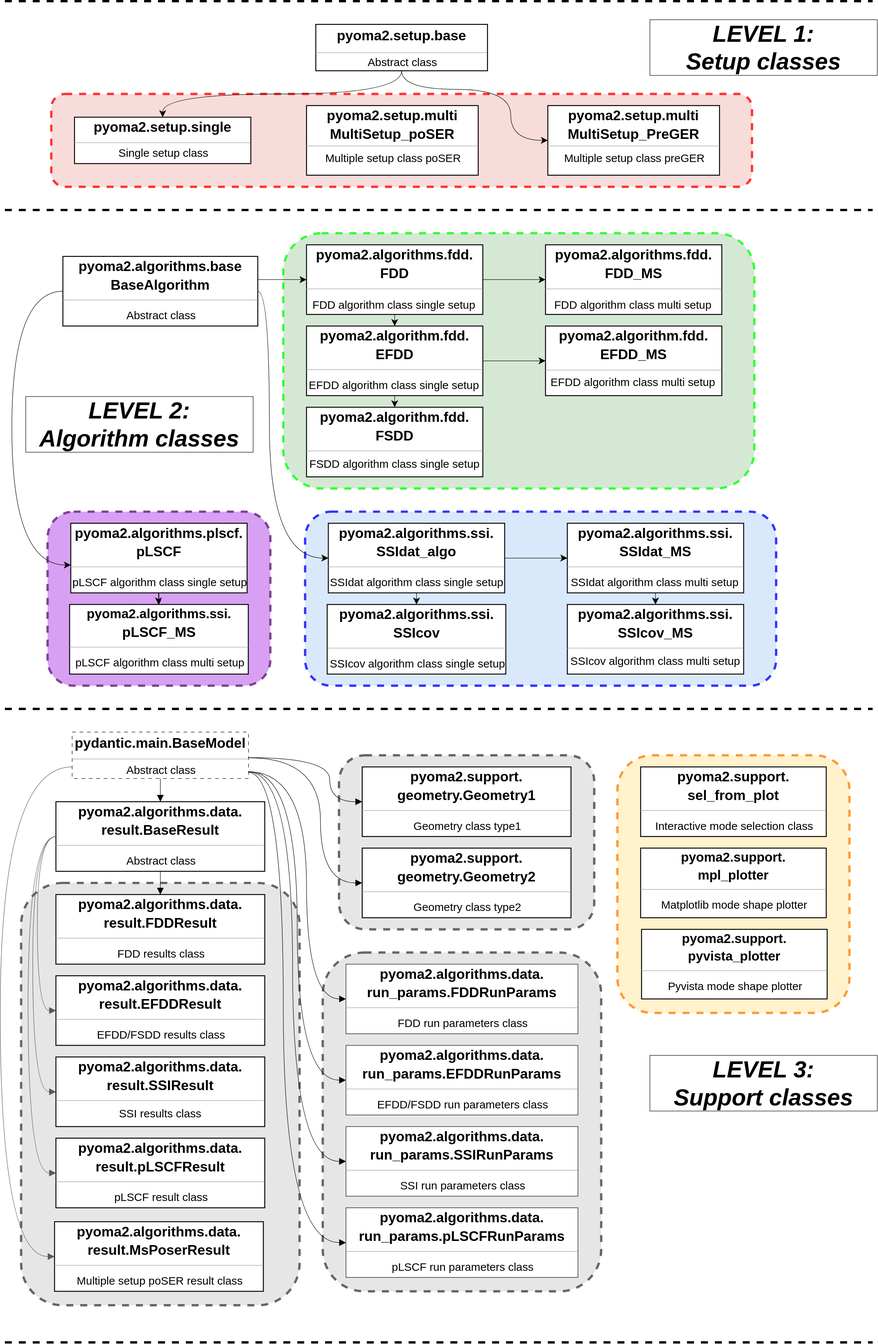
dagghe/pyOMA2 keeps this draw.io diagram as docs/img/info.svg. Above is the earlier version. Source tidied: cells renumbered, new cells last; positions are measured from the earlier drawing's top-left corner, leaving out a move shared by most shapes.
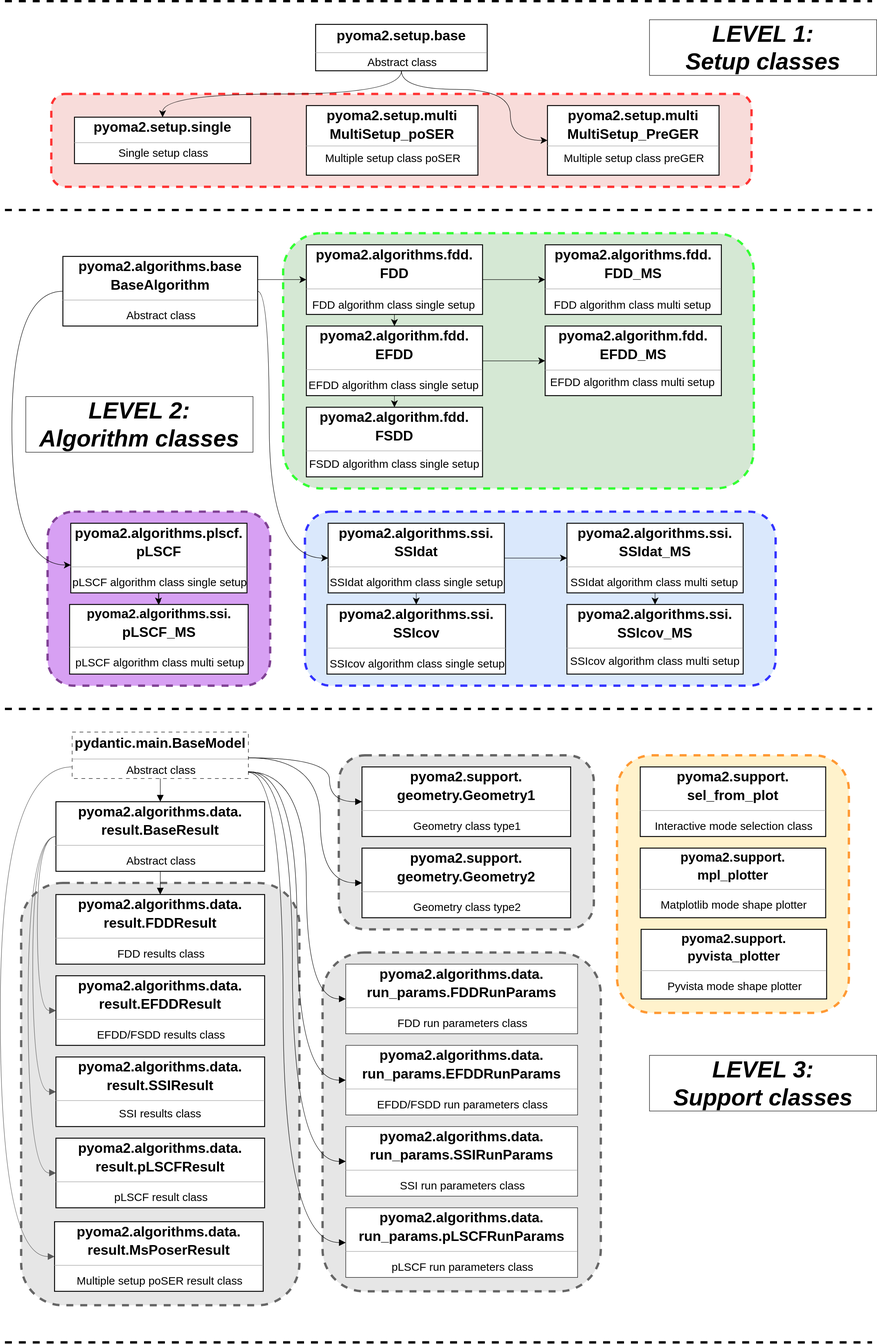
The same diagram one commit later.

The edit, as a diff of the source:
```diff
@@ -94,7 +94,7 @@
         </Array>
       </mxGeometry>
     </mxCell>
-    <mxCell id="27" value="&lt;p style=&quot;margin: 4px 0px 0px; font-size: 30px;&quot;&gt;&lt;b style=&quot;&quot;&gt;&lt;font style=&quot;font-size: 30px;&quot;&gt;pyoma2.algorithms.ssi.&lt;/font&gt;&lt;/b&gt;&lt;/p&gt;&lt;p style=&quot;margin: 4px 0px 0px; font-size: 30px;&quot;&gt;&lt;b style=&quot;&quot;&gt;&lt;font style=&quot;font-size: 30px;&quot;&gt;SSIdat_algo&lt;/font&gt;&lt;/b&gt;&lt;/p&gt;&lt;hr style=&quot;font-size: 28px;&quot; size=&quot;1&quot;&gt;&lt;p style=&quot;margin:0 0 0 4px;line-height:1.6;&quot;&gt;&lt;font style=&quot;font-size: 24px;&quot;&gt;SSIdat algorithm class single setup&amp;nbsp;&lt;/font&gt;&lt;br&gt;&lt;/p&gt;" style="verticalAlign=top;align=center;overflow=fill;fontSize=14;fontFamily=Helvetica;html=1;rounded=0;shadow=0;comic=0;labelBackgroundColor=none;strokeWidth=2;" parent="1" vertex="1">
+    <mxCell id="27" value="&lt;p style=&quot;margin: 4px 0px 0px; font-size: 30px;&quot;&gt;&lt;b style=&quot;&quot;&gt;&lt;font style=&quot;font-size: 30px;&quot;&gt;pyoma2.algorithms.ssi.&lt;/font&gt;&lt;/b&gt;&lt;/p&gt;&lt;p style=&quot;margin: 4px 0px 0px; font-size: 30px;&quot;&gt;&lt;b style=&quot;&quot;&gt;&lt;font style=&quot;font-size: 30px;&quot;&gt;SSIdat&lt;/font&gt;&lt;/b&gt;&lt;/p&gt;&lt;hr style=&quot;font-size: 28px;&quot; size=&quot;1&quot;&gt;&lt;p style=&quot;margin:0 0 0 4px;line-height:1.6;&quot;&gt;&lt;font style=&quot;font-size: 24px;&quot;&gt;SSIdat algorithm class single setup&amp;nbsp;&lt;/font&gt;&lt;br&gt;&lt;/p&gt;" style="verticalAlign=top;align=center;overflow=fill;fontSize=14;fontFamily=Helvetica;html=1;rounded=0;shadow=0;comic=0;labelBackgroundColor=none;strokeWidth=2;" parent="1" vertex="1">
       <mxGeometry x="707" y="1125" width="380" height="150" as="geometry" />
     </mxCell>
     <mxCell id="28" value="&lt;p style=&quot;margin: 4px 0px 0px; font-size: 30px;&quot;&gt;&lt;b style=&quot;&quot;&gt;&lt;font style=&quot;font-size: 30px;&quot;&gt;pyoma2.algorithms.ssi.&lt;/font&gt;&lt;/b&gt;&lt;/p&gt;&lt;p style=&quot;margin: 4px 0px 0px; font-size: 30px;&quot;&gt;&lt;b style=&quot;&quot;&gt;&lt;font style=&quot;font-size: 30px;&quot;&gt;SSIdat_MS&lt;/font&gt;&lt;/b&gt;&lt;/p&gt;&lt;hr style=&quot;font-size: 28px;&quot; size=&quot;1&quot;&gt;&lt;p style=&quot;margin:0 0 0 4px;line-height:1.6;&quot;&gt;&lt;font style=&quot;font-size: 24px;&quot;&gt;SSIdat algorithm class multi setup&amp;nbsp;&lt;/font&gt;&lt;br&gt;&lt;/p&gt;" style="verticalAlign=top;align=center;overflow=fill;fontSize=14;fontFamily=Helvetica;html=1;rounded=0;shadow=0;comic=0;labelBackgroundColor=none;strokeWidth=2;" parent="1" vertex="1">
```
